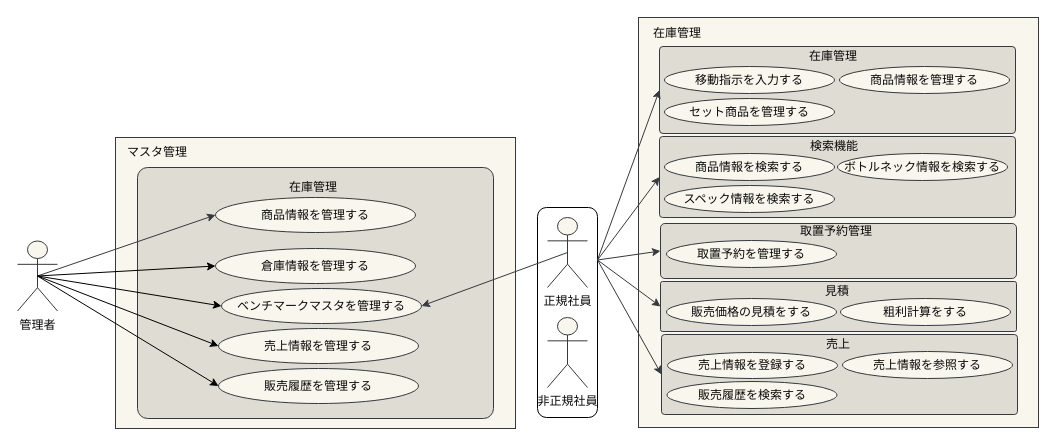
Before: page "在庫管理_ユースケース図" (2 of 3) of 各種設計書/2ユースケース図_済/ユースケース図.drawio in HaruShim/Sotuken, a draw.io diagram. Source tidied: cells renumbered, new cells numbered last; positions are measured from the earlier drawing's top-left corner, leaving out a move shared by most shapes. Both pictures are drawn from the tidied source at 100%, with x=0, y=0 at pixel (17, 17).
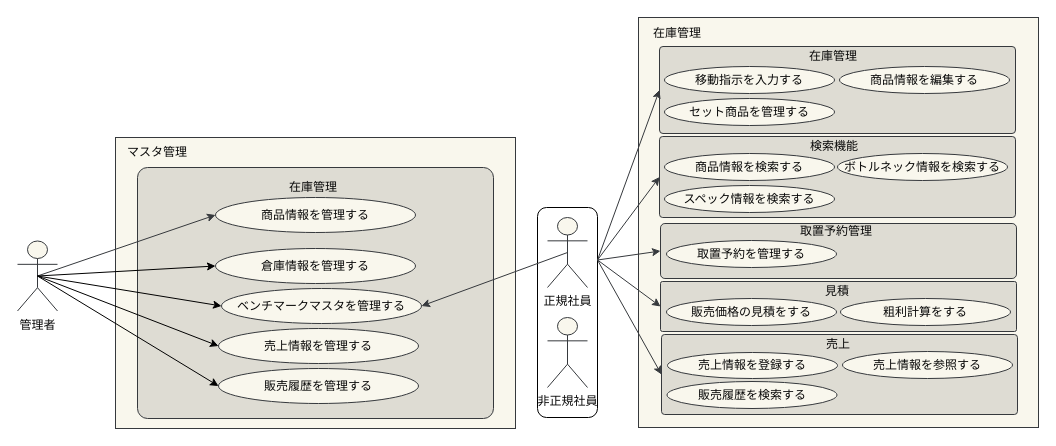
The same page after the edit.

Diff of the diagram source:
```diff
@@
-    <mxCell id="26" value="商品情報を管理する" style="ellipse;whiteSpace=wrap;html=1;strokeColor=#36393d;fillColor=#f9f7ed;fontColor=#080808;" parent="9" vertex="1">
+    <mxCell id="26" value="商品情報を編集する" style="ellipse;whiteSpace=wrap;html=1;strokeColor=#36393d;fillColor=#f9f7ed;fontColor=#080808;" parent="9" vertex="1">
       <mxGeometry x="822" y="49" width="170" height="27" as="geometry" />
     </mxCell>
```
